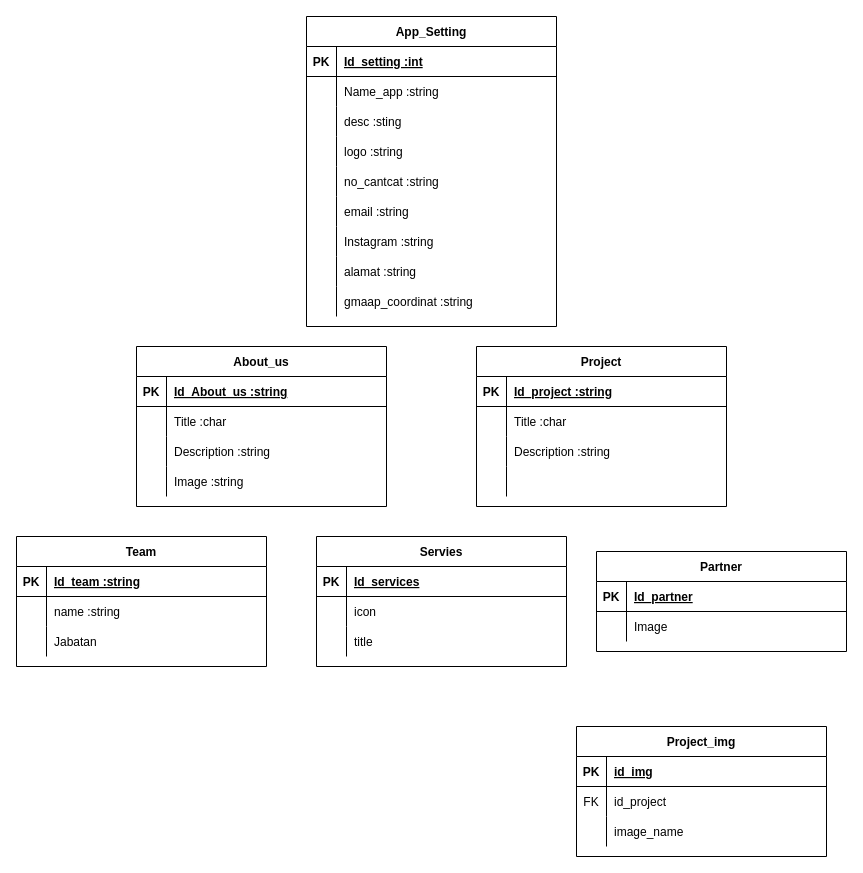
The draw.io diagram devgen.drawio in zzarr/Project3-design-diagram, before the edit. Source tidied: cells renumbered, new cells numbered last; positions are measured from the earlier drawing's top-left corner, leaving out a move shared by most shapes. Both pictures are drawn from the tidied source at 100%, with x=0, y=0 at pixel (16, 16).
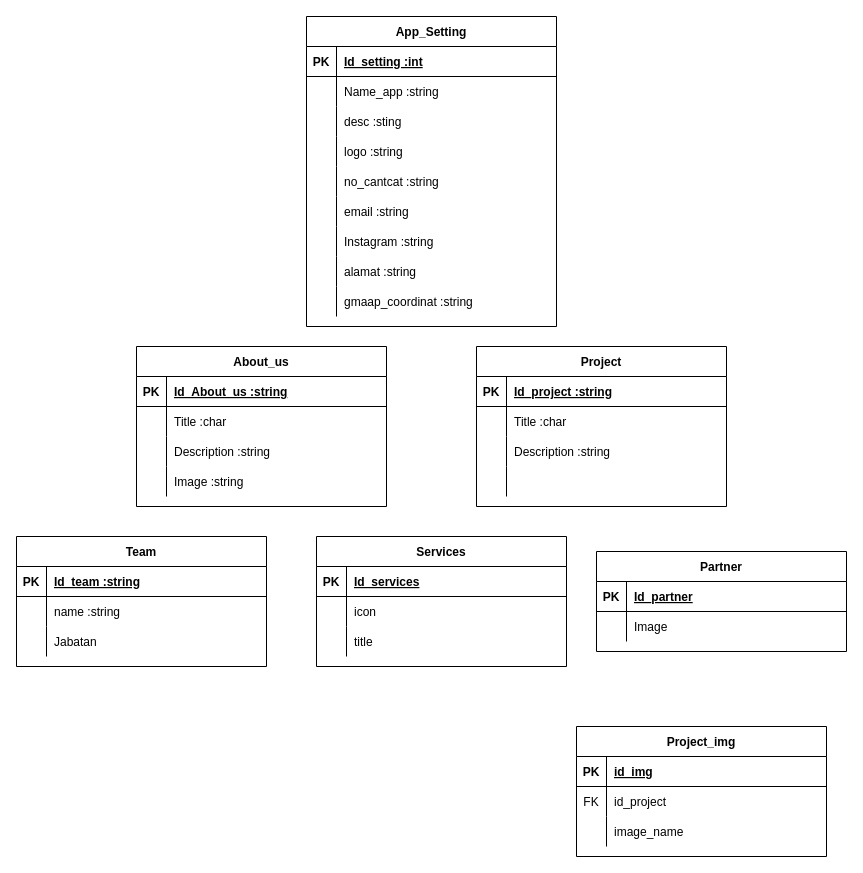
The same page after the edit.

What changed in the source:
```diff
@@
-    <mxCell id="56" value="Servies" style="shape=table;startSize=30;childLayout=tableLayout;rowLines=0;fontStyle=1;align=center;" parent="1" vertex="1">
+    <mxCell id="56" value="Services" style="shape=table;startSize=30;childLayout=tableLayout;rowLines=0;fontStyle=1;align=center;" parent="1" vertex="1">
       <mxGeometry x="300" y="520" width="250" height="130" as="geometry" />
     </mxCell>
```
